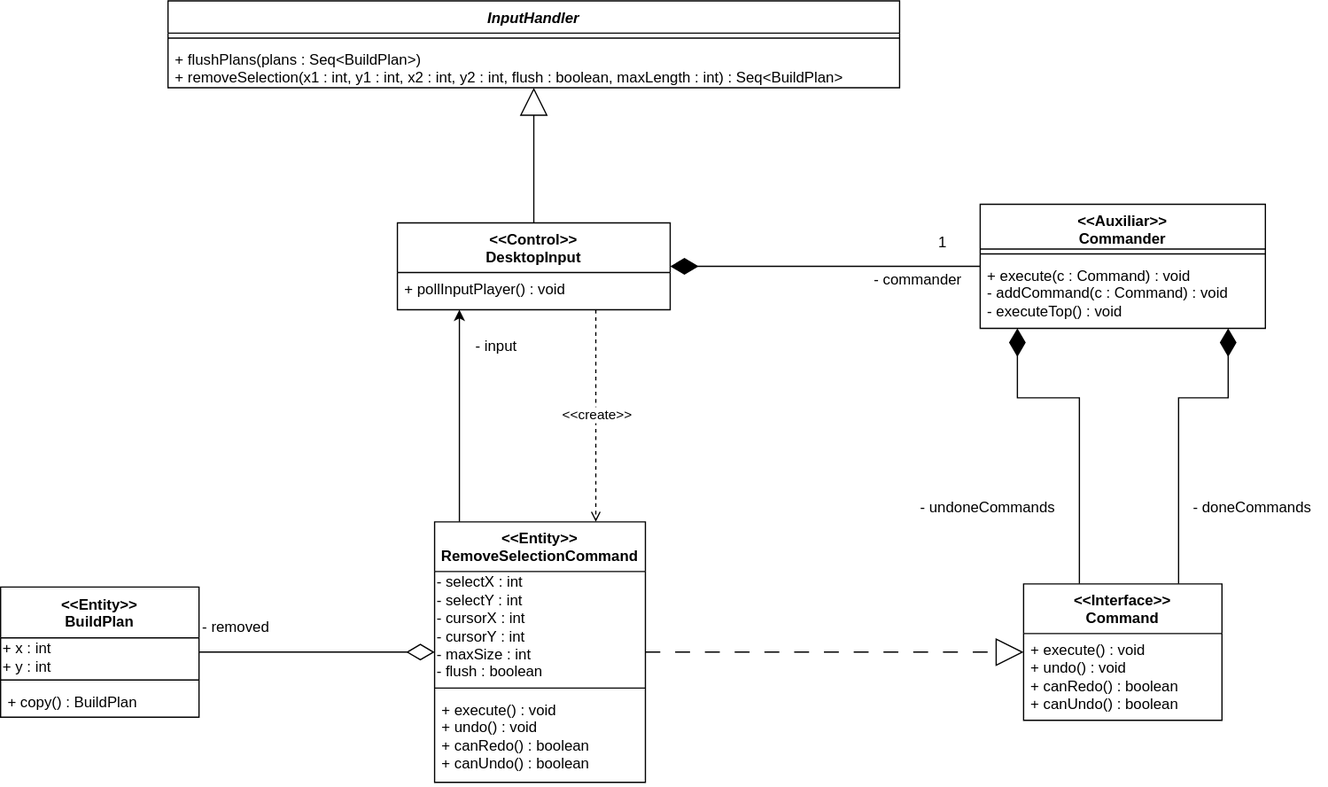
gabits17/Mindustry-Add-ons-SE-Project keeps this draw.io diagram as SE202526/Milestone3/UserStory1/Assets/RemoveSelectionClass.drawio.svg. Above is the earlier version. Source tidied: cells renumbered, new cells last; positions are measured from the earlier drawing's top-left corner, leaving out a move shared by most shapes.
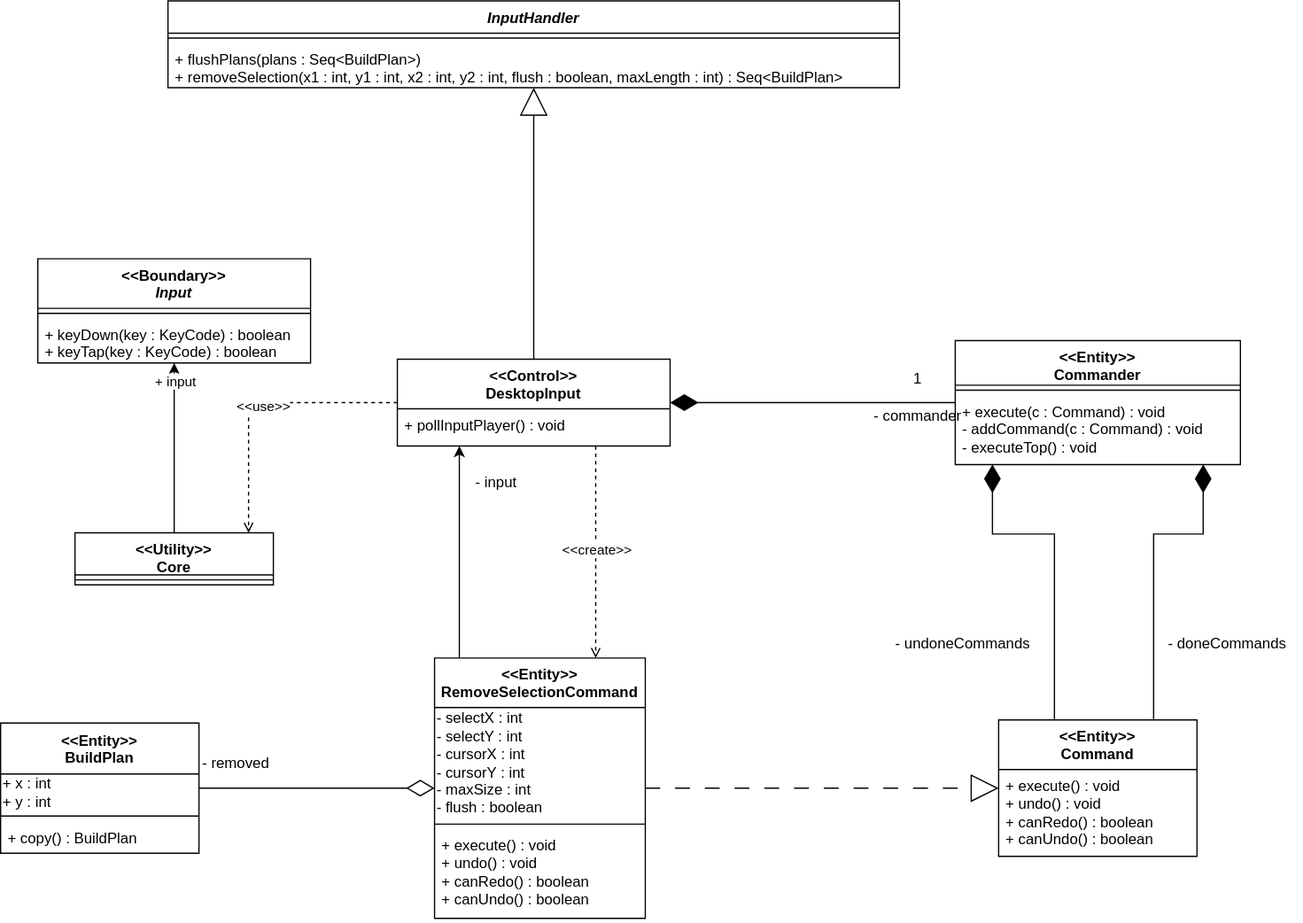
Above is the later version.

Commit message:
All the class diagrams where changed based on the feedback given by the professor

What changed in the source:
```diff
@@ -27,8 +27,8 @@
     <mxCell id="7" style="edgeStyle=orthogonalEdgeStyle;rounded=0;jettySize=auto;html=1;endArrow=diamondThin;endFill=1;endSize=20;" parent="1" edge="1" source="8" target="5">
       <mxGeometry relative="1" as="geometry" />
     </mxCell>
-    <mxCell id="8" value="&lt;div&gt;&amp;lt;&amp;lt;Auxiliar&amp;gt;&amp;gt;&lt;/div&gt;&lt;div&gt;Commander&lt;/div&gt;" style="swimlane;fontStyle=1;align=center;verticalAlign=top;horizontal=1;startSize=36;whiteSpace=wrap;html=1;" parent="1" vertex="1">
-      <mxGeometry x="790" y="164" width="230" height="100" as="geometry" />
+    <mxCell id="8" value="&lt;div&gt;&amp;lt;&amp;lt;Entity&amp;gt;&amp;gt;&lt;/div&gt;&lt;div&gt;Commander&lt;/div&gt;" style="swimlane;fontStyle=1;align=center;verticalAlign=top;horizontal=1;startSize=36;whiteSpace=wrap;html=1;" parent="1" vertex="1">
+      <mxGeometry x="770" y="164" width="230" height="100" as="geometry" />
     </mxCell>
     <mxCell id="9" style="line;strokeWidth=1;fillColor=none;align=left;verticalAlign=middle;spacingTop=-1;spacingLeft=3;spacingRight=3;labelPosition=right;strokeColor=inherit;" parent="8" vertex="1">
       <mxGeometry y="36" width="230" height="8" as="geometry" />
@@ -42,30 +42,30 @@
     <mxCell id="12" style="edgeStyle=orthogonalEdgeStyle;rounded=0;jettySize=auto;html=1;endArrow=diamondThin;endFill=1;endSize=20;" parent="1" edge="1" source="14" target="8">
       <mxGeometry relative="1" as="geometry">
         <Array as="points">
-          <mxPoint x="870" y="320" />
-          <mxPoint x="820" y="320" />
+          <mxPoint x="850" y="320" />
+          <mxPoint x="800" y="320" />
         </Array>
       </mxGeometry>
     </mxCell>
     <mxCell id="13" style="edgeStyle=orthogonalEdgeStyle;rounded=0;jettySize=auto;html=1;endArrow=diamondThin;endFill=1;endSize=20;" parent="1" edge="1" source="14" target="8">
       <mxGeometry relative="1" as="geometry">
         <Array as="points">
-          <mxPoint x="950" y="320" />
-          <mxPoint x="990" y="320" />
+          <mxPoint x="930" y="320" />
+          <mxPoint x="970" y="320" />
         </Array>
       </mxGeometry>
     </mxCell>
-    <mxCell id="14" value="&lt;div&gt;&amp;lt;&amp;lt;Interface&amp;gt;&amp;gt;&lt;/div&gt;&lt;div&gt;Command&lt;/div&gt;" style="swimlane;fontStyle=1;align=center;verticalAlign=top;horizontal=1;startSize=40;whiteSpace=wrap;html=1;" parent="1" vertex="1">
-      <mxGeometry x="825" y="470" width="160" height="110" as="geometry" />
+    <mxCell id="14" value="&lt;div&gt;&amp;lt;&amp;lt;Entity&amp;gt;&amp;gt;&lt;/div&gt;&lt;div&gt;Command&lt;/div&gt;" style="swimlane;fontStyle=1;align=center;verticalAlign=top;horizontal=1;startSize=40;whiteSpace=wrap;html=1;" parent="1" vertex="1">
+      <mxGeometry x="805" y="470" width="160" height="110" as="geometry" />
     </mxCell>
     <mxCell id="15" value="&lt;div&gt;+ execute() : void&lt;/div&gt;&lt;div&gt;+ undo() : void&lt;/div&gt;&lt;div&gt;+ canRedo() : boolean&lt;/div&gt;&lt;div&gt;+ canUndo() : boolean&lt;/div&gt;" style="text;strokeColor=none;fillColor=none;align=left;verticalAlign=top;spacingLeft=4;spacingRight=4;overflow=hidden;whiteSpace=wrap;html=1;" parent="14" vertex="1">
       <mxGeometry y="40" width="160" height="70" as="geometry" />
     </mxCell>
     <mxCell id="16" value="- doneCommands" style="text;whiteSpace=wrap;html=1;" parent="1" vertex="1">
-      <mxGeometry x="960" y="395" width="110" height="30" as="geometry" />
+      <mxGeometry x="940" y="395" width="110" height="30" as="geometry" />
     </mxCell>
     <mxCell id="17" value="- undoneCommands&amp;nbsp;" style="text;whiteSpace=wrap;html=1;" parent="1" vertex="1">
-      <mxGeometry x="740" y="395" width="120" height="30" as="geometry" />
+      <mxGeometry x="720" y="395" width="120" height="30" as="geometry" />
     </mxCell>
     <mxCell id="18" value="&amp;nbsp;" style="text;whiteSpace=wrap;html=1;" parent="1" vertex="1">
       <mxGeometry x="220" y="120" width="40" height="40" as="geometry" />
@@ -115,7 +115,7 @@
       <mxGeometry x="160" y="490" width="60" height="30" as="geometry" />
     </mxCell>
     <mxCell id="32" value="&lt;i&gt;InputHandler&lt;/i&gt;" style="swimlane;fontStyle=1;align=center;verticalAlign=top;horizontal=1;startSize=26;whiteSpace=wrap;html=1;" parent="1" vertex="1">
-      <mxGeometry x="135" width="590" height="70" as="geometry" />
+      <mxGeometry x="135" y="-110" width="590" height="70" as="geometry" />
     </mxCell>
     <mxCell id="33" style="line;strokeWidth=1;fillColor=none;align=left;verticalAlign=middle;spacingTop=-1;spacingLeft=3;spacingRight=3;labelPosition=right;strokeColor=inherit;" parent="32" vertex="1">
       <mxGeometry y="26" width="590" height="8" as="geometry" />
@@ -124,7 +124,40 @@
       <mxGeometry y="34" width="590" height="36" as="geometry" />
     </mxCell>
     <mxCell id="35" value="1" style="text;html=1;whiteSpace=wrap;strokeColor=none;fillColor=none;align=center;verticalAlign=middle;rounded=0;" parent="1" vertex="1">
-      <mxGeometry x="730" y="180" width="60" height="30" as="geometry" />
+      <mxGeometry x="710" y="180" width="60" height="30" as="geometry" />
     </mxCell>
+    <mxCell id="36" style="edgeStyle=orthogonalEdgeStyle;rounded=0;jettySize=auto;html=1;" parent="1" edge="1" source="38" target="42">
+      <mxGeometry relative="1" as="geometry" />
+    </mxCell>
+    <mxCell id="37" value="+ input" style="edgeLabel;html=1;align=center;verticalAlign=middle;" parent="36" vertex="1">
+      <mxGeometry x="0.79" relative="1" as="geometry" />
+    </mxCell>
+    <mxCell id="38" value="&lt;div&gt;&amp;lt;&amp;lt;Utility&amp;gt;&amp;gt;&lt;/div&gt;&lt;div&gt;Core&lt;/div&gt;" style="swimlane;fontStyle=1;align=center;verticalAlign=top;horizontal=1;startSize=34;whiteSpace=wrap;html=1;" parent="1" vertex="1">
+      <mxGeometry x="60" y="319" width="160" height="42" as="geometry" />
+    </mxCell>
+    <mxCell id="39" style="line;strokeWidth=1;fillColor=none;align=left;verticalAlign=middle;spacingTop=-1;spacingLeft=3;spacingRight=3;labelPosition=right;strokeColor=inherit;" parent="38" vertex="1">
+      <mxGeometry y="34" width="160" height="8" as="geometry" />
+    </mxCell>
+    <mxCell id="40" style="edgeStyle=orthogonalEdgeStyle;rounded=0;jettySize=auto;html=1;dashed=1;endArrow=open;endFill=0;" parent="1" edge="1" source="5" target="38">
+      <mxGeometry relative="1" as="geometry">
+        <Array as="points">
+          <mxPoint x="200" y="214" />
+        </Array>
+      </mxGeometry>
+    </mxCell>
+    <mxCell id="41" value="&amp;lt;&amp;lt;use&amp;gt;&amp;gt;" style="edgeLabel;html=1;align=center;verticalAlign=middle;" parent="40" vertex="1">
+      <mxGeometry x="-0.05" y="2" relative="1" as="geometry">
+        <mxPoint x="-2" as="offset" />
+      </mxGeometry>
+    </mxCell>
+    <mxCell id="42" value="&amp;lt;&amp;lt;Boundary&amp;gt;&amp;gt;&lt;div&gt;&lt;i&gt;Input&lt;/i&gt;&lt;/div&gt;" style="swimlane;fontStyle=1;align=center;verticalAlign=top;horizontal=1;startSize=40;whiteSpace=wrap;html=1;" parent="1" vertex="1">
+      <mxGeometry x="30" y="98" width="220" height="84" as="geometry" />
+    </mxCell>
+    <mxCell id="43" style="line;strokeWidth=1;fillColor=none;align=left;verticalAlign=middle;spacingTop=-1;spacingLeft=3;spacingRight=3;labelPosition=right;strokeColor=inherit;" parent="42" vertex="1">
+      <mxGeometry y="40" width="220" height="8" as="geometry" />
+    </mxCell>
+    <mxCell id="44" value="&lt;div&gt;+ keyDown(key : KeyCode) : boolean&lt;/div&gt;&lt;div&gt;+ keyTap(key : KeyCode) : boolean&lt;/div&gt;" style="text;strokeColor=none;fillColor=none;align=left;verticalAlign=top;spacingLeft=4;spacingRight=4;overflow=hidden;whiteSpace=wrap;html=1;" parent="42" vertex="1">
+      <mxGeometry y="48" width="220" height="36" as="geometry" />
+    </mxCell>
   </root>
 </mxGraphModel>
```
